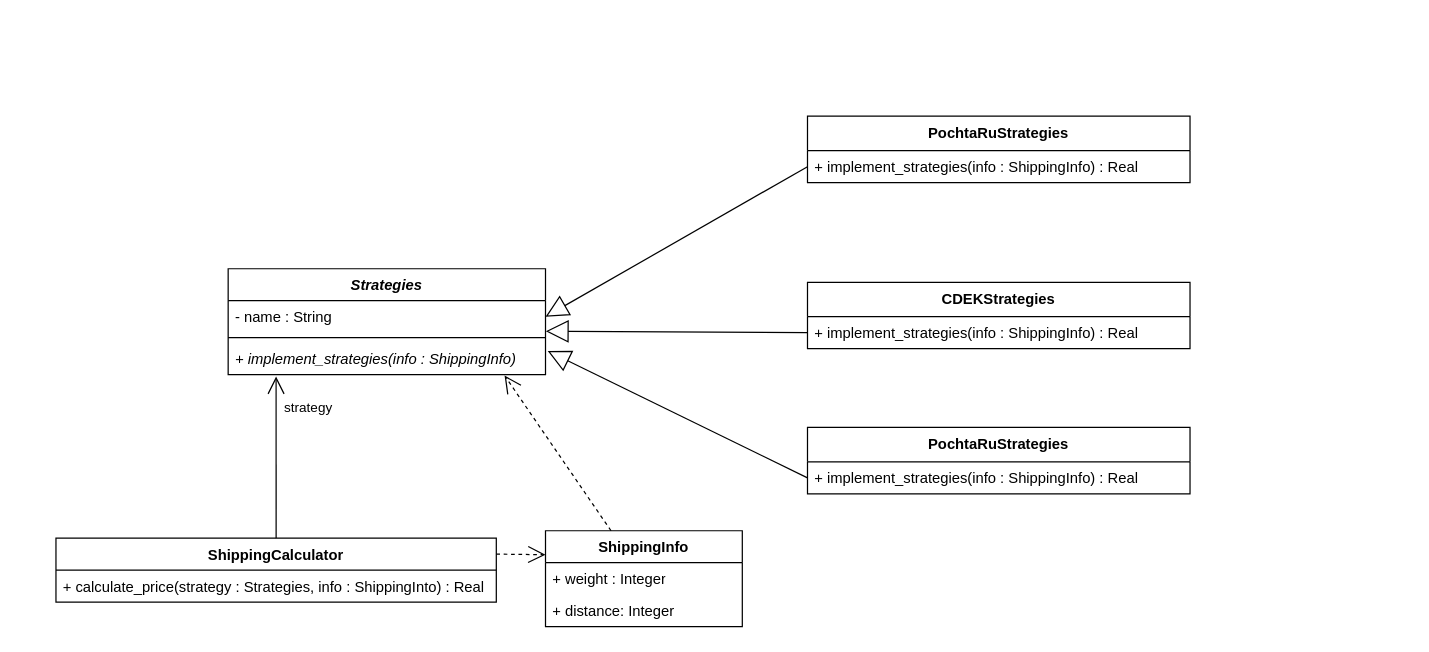
Above: page "Strategy" (1 of 2) of lab 3 - Strategy/shippro.drawio in solovozer/-2 (draw.io), before the change. Source tidied: cells renumbered, new cells numbered last; positions are measured from the earlier drawing's top-left corner, leaving out a move shared by most shapes. Both pictures are drawn from the tidied source at 123%, with x=0, y=0 at pixel (55, 116).
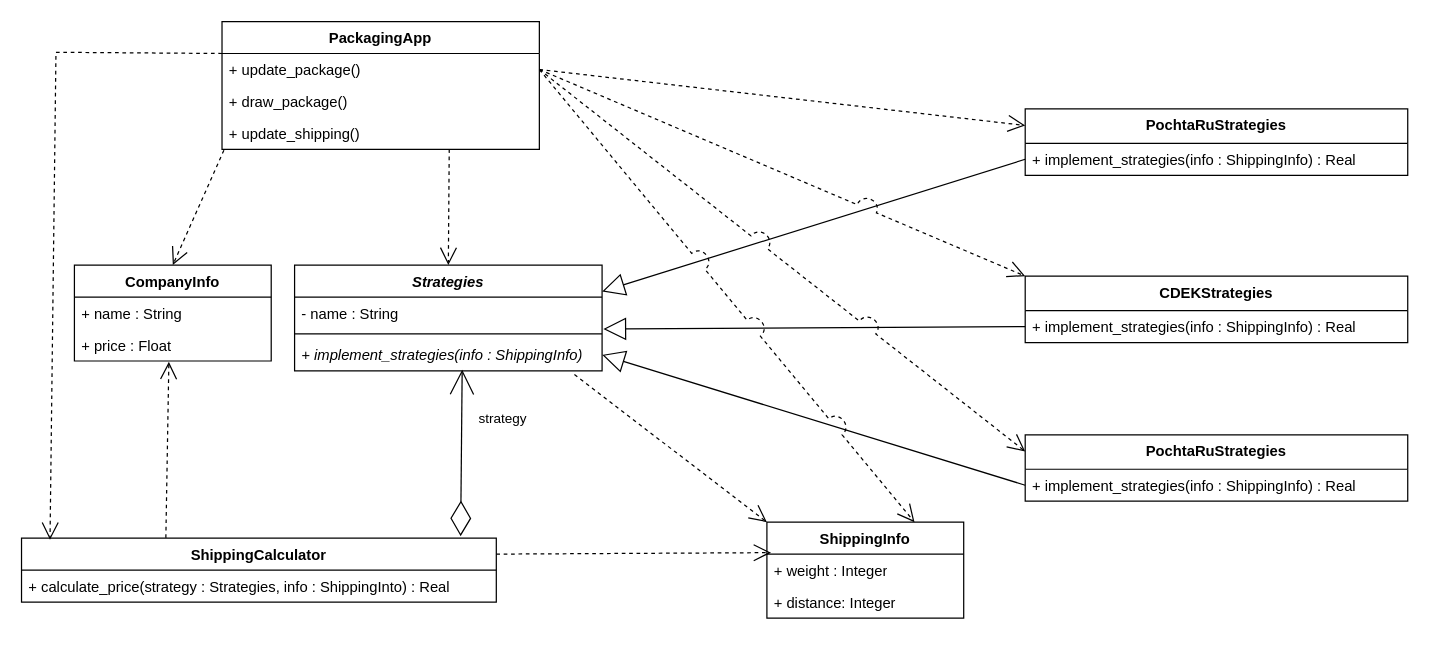
After the change.

The change refers to these unchanged cells:
```xml
<mxCell id="7" value="+ implement_strategies(info : ShippingInfo) : Real" style="text;strokeColor=none;fillColor=none;align=left;verticalAlign=top;spacingLeft=4;spacingRight=4;overflow=hidden;points=[[0,0.5],[1,0.5]];portConstraint=eastwest;whiteSpace=wrap;html=1;" parent="6" vertex="1">
  <mxGeometry y="28" width="311" height="26" as="geometry" />
</mxCell>
<mxCell id="9" value="+ weight : Integer" style="text;strokeColor=none;fillColor=none;align=left;verticalAlign=top;spacingLeft=4;spacingRight=4;overflow=hidden;points=[[0,0.5],[1,0.5]];portConstraint=eastwest;whiteSpace=wrap;html=1;" parent="8" vertex="1">
  <mxGeometry y="26" width="160" height="26" as="geometry" />
</mxCell>
<mxCell id="12" value="+ implement_strategies(info : ShippingInfo) : Real" style="text;strokeColor=none;fillColor=none;align=left;verticalAlign=top;spacingLeft=4;spacingRight=4;overflow=hidden;points=[[0,0.5],[1,0.5]];portConstraint=eastwest;whiteSpace=wrap;html=1;" parent="11" vertex="1">
  <mxGeometry y="28" width="311" height="26" as="geometry" />
</mxCell>
<mxCell id="14" value="+ implement_strategies(info : ShippingInfo) : Real" style="text;strokeColor=none;fillColor=none;align=left;verticalAlign=top;spacingLeft=4;spacingRight=4;overflow=hidden;points=[[0,0.5],[1,0.5]];portConstraint=eastwest;whiteSpace=wrap;html=1;" parent="13" vertex="1">
  <mxGeometry y="28" width="311" height="26" as="geometry" />
</mxCell>
```

What changed in the source:
```diff
@@
     <mxCell id="2" value="&lt;i&gt;Strategies&lt;/i&gt;" style="swimlane;fontStyle=1;align=center;verticalAlign=top;horizontal=1;startSize=26;whiteSpace=wrap;html=1;" parent="1" vertex="1">
-      <mxGeometry x="140" y="124" width="258" height="86" as="geometry" />
+      <mxGeometry x="194" y="121" width="250" height="86" as="geometry" />
     </mxCell>
     <mxCell id="3" value="- name : String" style="text;strokeColor=none;fillColor=none;align=left;verticalAlign=top;spacingLeft=4;spacingRight=4;overflow=hidden;points=[[0,0.5],[1,0.5]];portConstraint=eastwest;whiteSpace=wrap;html=1;" parent="2" vertex="1">
-      <mxGeometry y="26" width="258" height="26" as="geometry" />
+      <mxGeometry y="26" width="250" height="26" as="geometry" />
     </mxCell>
     <mxCell id="4" style="line;strokeWidth=1;fillColor=none;align=left;verticalAlign=middle;spacingTop=-1;spacingLeft=3;spacingRight=3;labelPosition=right;strokeColor=inherit;" parent="2" vertex="1">
-      <mxGeometry y="52" width="258" height="8" as="geometry" />
+      <mxGeometry y="52" width="250" height="8" as="geometry" />
     </mxCell>
     <mxCell id="5" value="&lt;i&gt;+ implement_strategies(info : ShippingInfo)&lt;/i&gt;" style="text;strokeColor=none;fillColor=none;align=left;verticalAlign=top;spacingLeft=4;spacingRight=4;overflow=hidden;points=[[0,0.5],[1,0.5]];portConstraint=eastwest;whiteSpace=wrap;html=1;" parent="2" vertex="1">
-      <mxGeometry y="60" width="258" height="26" as="geometry" />
+      <mxGeometry y="60" width="250" height="26" as="geometry" />
     </mxCell>
     <mxCell id="6" value="PochtaRuStrategies" style="swimlane;fontStyle=1;align=center;verticalAlign=top;horizontal=1;startSize=28;whiteSpace=wrap;html=1;" parent="1" vertex="1">
-      <mxGeometry x="611" width="311" height="54" as="geometry" />
+      <mxGeometry x="788" y="-6" width="311" height="54" as="geometry" />
     </mxCell>
@@
     <mxCell id="8" value="ShippingInfo" style="swimlane;fontStyle=1;align=center;verticalAlign=top;horizontal=1;startSize=26;whiteSpace=wrap;html=1;" parent="1" vertex="1">
-      <mxGeometry x="398" y="337" width="160" height="78" as="geometry" />
+      <mxGeometry x="578" y="330" width="160" height="78" as="geometry" />
     </mxCell>
@@
     <mxCell id="11" value="PochtaRuStrategies" style="swimlane;fontStyle=1;align=center;verticalAlign=top;horizontal=1;startSize=28;whiteSpace=wrap;html=1;" parent="1" vertex="1">
-      <mxGeometry x="611" y="253" width="311" height="54" as="geometry" />
+      <mxGeometry x="788" y="259" width="311" height="54" as="geometry" />
     </mxCell>
@@
     <mxCell id="13" value="CDEKStrategies" style="swimlane;fontStyle=1;align=center;verticalAlign=top;horizontal=1;startSize=28;whiteSpace=wrap;html=1;" parent="1" vertex="1">
-      <mxGeometry x="611" y="135" width="311" height="54" as="geometry" />
+      <mxGeometry x="788" y="130" width="311" height="54" as="geometry" />
     </mxCell>
@@
-    <mxCell id="15" style="endArrow=block;endSize=16;endFill=0;html=1;rounded=0;exitX=0;exitY=0.5;exitDx=0;exitDy=0;entryX=1;entryY=0.5;entryDx=0;entryDy=0;" parent="1" edge="1" source="7" target="3">
+    <mxCell id="15" style="endArrow=block;endSize=16;endFill=0;html=1;rounded=0;exitX=0;exitY=0.5;exitDx=0;exitDy=0;entryX=1;entryY=0.25;entryDx=0;entryDy=0;" parent="1" edge="1" source="7" target="2">
       <mxGeometry relative="1" as="geometry" />
     </mxCell>
-    <mxCell id="16" style="endArrow=block;endSize=16;endFill=0;html=1;rounded=0;exitX=0;exitY=0.5;exitDx=0;exitDy=0;entryX=1.007;entryY=0.262;entryDx=0;entryDy=0;entryPerimeter=0;" parent="1" edge="1" source="12" target="5">
+    <mxCell id="16" style="endArrow=block;endSize=16;endFill=0;html=1;rounded=0;exitX=0;exitY=0.5;exitDx=0;exitDy=0;entryX=1;entryY=0.5;entryDx=0;entryDy=0;" parent="1" edge="1" source="12" target="5">
       <mxGeometry relative="1" as="geometry" />
     </mxCell>
-    <mxCell id="17" style="endArrow=block;endSize=16;endFill=0;html=1;rounded=0;exitX=0;exitY=0.5;exitDx=0;exitDy=0;entryX=1.001;entryY=0.954;entryDx=0;entryDy=0;entryPerimeter=0;" parent="1" edge="1" source="14" target="3">
-      <mxGeometry relative="1" as="geometry" />
+    <mxCell id="17" style="endArrow=block;endSize=16;endFill=0;html=1;rounded=0;exitX=0;exitY=0.5;exitDx=0;exitDy=0;" parent="1" edge="1" source="14">
+      <mxGeometry relative="1" as="geometry">
+        <mxPoint x="445" y="173" as="targetPoint" />
+      </mxGeometry>
     </mxCell>
     <mxCell id="18" value="ShippingCalculator" style="swimlane;fontStyle=1;align=center;verticalAlign=top;horizontal=1;startSize=26;whiteSpace=wrap;html=1;" parent="1" vertex="1">
-      <mxGeometry y="343" width="358" height="52" as="geometry" />
+      <mxGeometry x="-28" y="343" width="386" height="52" as="geometry" />
     </mxCell>
     <mxCell id="19" value="+ calculate_price(strategy : Strategies, info : ShippingInto) : Real" style="text;strokeColor=none;fillColor=none;align=left;verticalAlign=top;spacingLeft=4;spacingRight=4;overflow=hidden;whiteSpace=wrap;html=1;" parent="18" vertex="1">
-      <mxGeometry y="26" width="358" height="26" as="geometry" />
+      <mxGeometry y="26" width="386" height="26" as="geometry" />
     </mxCell>
-    <mxCell id="20" value="strategy" style="endArrow=open;endSize=12;html=1;rounded=0;exitX=0.5;exitY=0;exitDx=0;exitDy=0;entryX=0.151;entryY=1.062;entryDx=0;entryDy=0;entryPerimeter=0;" parent="1" edge="1" source="18" target="5">
-      <mxGeometry x="0.62" y="-26" relative="1" as="geometry" />
+    <mxCell id="20" value="strategy" style="endArrow=open;endSize=18;html=1;rounded=0;exitX=0.5;exitY=0;exitDx=0;exitDy=0;entryX=0.545;entryY=0.962;entryDx=0;entryDy=0;entryPerimeter=0;startArrow=diamondThin;startFill=0;startSize=26;sourcePerimeterSpacing=0;" parent="1" edge="1" target="5">
+      <mxGeometry x="0.42" y="-33" relative="1" as="geometry">
+        <mxPoint x="329" y="341.4" as="sourcePoint" />
+      </mxGeometry>
     </mxCell>
-    <mxCell id="21" style="endArrow=open;endSize=12;html=1;rounded=0;exitX=1;exitY=0.25;exitDx=0;exitDy=0;entryX=0;entryY=0.25;entryDx=0;entryDy=0;dashed=1;" parent="1" edge="1" source="18" target="8">
+    <mxCell id="21" style="endArrow=open;endSize=12;html=1;rounded=0;exitX=1;exitY=0.25;exitDx=0;exitDy=0;entryX=0.021;entryY=-0.046;entryDx=0;entryDy=0;dashed=1;entryPerimeter=0;" parent="1" edge="1" source="18" target="9">
       <mxGeometry x="0.61" y="-26" relative="1" as="geometry" />
     </mxCell>
-    <mxCell id="22" style="endArrow=open;endSize=12;html=1;rounded=0;entryX=0.871;entryY=1.031;entryDx=0;entryDy=0;entryPerimeter=0;dashed=1;" parent="1" edge="1" source="8" target="5">
-      <mxGeometry x="0.62" y="-26" relative="1" as="geometry" />
-    </mxCell>
+    <mxCell id="23" style="endArrow=open;endSize=12;html=1;rounded=0;exitX=0.91;exitY=1.115;exitDx=0;exitDy=0;entryX=0;entryY=0;entryDx=0;entryDy=0;dashed=1;exitPerimeter=0;" parent="1" edge="1" source="5" target="8">
+      <mxGeometry x="0.61" y="-26" relative="1" as="geometry" />
+    </mxCell>
+    <mxCell id="24" value="PackagingApp" style="swimlane;fontStyle=1;align=center;verticalAlign=top;horizontal=1;startSize=26;whiteSpace=wrap;html=1;" parent="1" vertex="1">
+      <mxGeometry x="135" y="-77" width="258" height="104" as="geometry" />
+    </mxCell>
+    <mxCell id="25" value="+ update_package()&amp;nbsp;" style="text;strokeColor=none;fillColor=none;align=left;verticalAlign=top;spacingLeft=4;spacingRight=4;overflow=hidden;points=[[0,0.5],[1,0.5]];portConstraint=eastwest;whiteSpace=wrap;html=1;" parent="24" vertex="1">
+      <mxGeometry y="26" width="258" height="26" as="geometry" />
+    </mxCell>
+    <mxCell id="26" value="+ draw_package()" style="text;strokeColor=none;fillColor=none;align=left;verticalAlign=top;spacingLeft=4;spacingRight=4;overflow=hidden;whiteSpace=wrap;html=1;" parent="24" vertex="1">
+      <mxGeometry y="52" width="258" height="26" as="geometry" />
+    </mxCell>
+    <mxCell id="27" value="+ update_shipping()" style="text;strokeColor=none;fillColor=none;align=left;verticalAlign=top;spacingLeft=4;spacingRight=4;overflow=hidden;points=[[0,0.5],[1,0.5]];portConstraint=eastwest;whiteSpace=wrap;html=1;" parent="24" vertex="1">
+      <mxGeometry y="78" width="258" height="26" as="geometry" />
+    </mxCell>
+    <mxCell id="28" style="endArrow=open;endSize=12;html=1;rounded=0;exitX=1;exitY=0.5;exitDx=0;exitDy=0;entryX=0;entryY=0;entryDx=0;entryDy=0;dashed=1;jumpStyle=arc;jumpSize=17;" parent="1" edge="1" source="25" target="13">
+      <mxGeometry x="0.61" y="-26" relative="1" as="geometry" />
+    </mxCell>
+    <mxCell id="29" style="endArrow=open;endSize=12;html=1;rounded=0;exitX=1;exitY=0.5;exitDx=0;exitDy=0;entryX=0;entryY=0.25;entryDx=0;entryDy=0;dashed=1;jumpStyle=arc;jumpSize=17;" parent="1" edge="1" source="25" target="6">
+      <mxGeometry x="0.61" y="-26" relative="1" as="geometry" />
+    </mxCell>
+    <mxCell id="30" style="endArrow=open;endSize=12;html=1;rounded=0;exitX=0;exitY=0.25;exitDx=0;exitDy=0;dashed=1;entryX=0.06;entryY=0.027;entryDx=0;entryDy=0;entryPerimeter=0;" parent="1" edge="1" source="24" target="18">
+      <mxGeometry x="0.61" y="-26" relative="1" as="geometry">
+        <Array as="points">
+          <mxPoint y="-52" />
+        </Array>
+      </mxGeometry>
+    </mxCell>
+    <mxCell id="31" style="endArrow=open;endSize=12;html=1;rounded=0;exitX=1;exitY=0.5;exitDx=0;exitDy=0;entryX=0;entryY=0.25;entryDx=0;entryDy=0;dashed=1;jumpStyle=arc;jumpSize=17;" parent="1" edge="1" source="25" target="11">
+      <mxGeometry x="0.61" y="-26" relative="1" as="geometry" />
+    </mxCell>
+    <mxCell id="32" style="endArrow=open;endSize=12;html=1;rounded=0;exitX=1;exitY=0.5;exitDx=0;exitDy=0;entryX=0.75;entryY=0;entryDx=0;entryDy=0;dashed=1;jumpStyle=arc;jumpSize=17;" parent="1" edge="1" source="25" target="8">
+      <mxGeometry x="0.61" y="-26" relative="1" as="geometry" />
+    </mxCell>
+    <mxCell id="33" value="CompanyInfo" style="swimlane;fontStyle=1;align=center;verticalAlign=top;horizontal=1;startSize=26;whiteSpace=wrap;html=1;" parent="1" vertex="1">
+      <mxGeometry x="15" y="121" width="160" height="78" as="geometry" />
+    </mxCell>
+    <mxCell id="34" value="+ name : String" style="text;strokeColor=none;fillColor=none;align=left;verticalAlign=top;spacingLeft=4;spacingRight=4;overflow=hidden;whiteSpace=wrap;html=1;" parent="33" vertex="1">
+      <mxGeometry y="26" width="160" height="26" as="geometry" />
+    </mxCell>
+    <mxCell id="35" value="+ price : Float" style="text;strokeColor=none;fillColor=none;align=left;verticalAlign=top;spacingLeft=4;spacingRight=4;overflow=hidden;points=[[0,0.5],[1,0.5]];portConstraint=eastwest;whiteSpace=wrap;html=1;" parent="33" vertex="1">
+      <mxGeometry y="52" width="160" height="26" as="geometry" />
+    </mxCell>
+    <mxCell id="36" style="endArrow=open;endSize=12;html=1;rounded=0;exitX=0.006;exitY=1.023;exitDx=0;exitDy=0;entryX=0.5;entryY=0;entryDx=0;entryDy=0;dashed=1;jumpStyle=arc;jumpSize=17;exitPerimeter=0;" parent="1" edge="1" source="27" target="33">
+      <mxGeometry x="0.61" y="-26" relative="1" as="geometry" />
+    </mxCell>
+    <mxCell id="37" style="endArrow=open;endSize=12;html=1;rounded=0;exitX=0.304;exitY=-0.004;exitDx=0;exitDy=0;entryX=0.48;entryY=1.023;entryDx=0;entryDy=0;dashed=1;jumpStyle=arc;jumpSize=17;entryPerimeter=0;exitPerimeter=0;" parent="1" edge="1" source="18" target="35">
+      <mxGeometry x="0.61" y="-26" relative="1" as="geometry" />
+    </mxCell>
+    <mxCell id="38" style="endArrow=open;endSize=12;html=1;rounded=0;exitX=0.716;exitY=0.992;exitDx=0;exitDy=0;entryX=0.5;entryY=0;entryDx=0;entryDy=0;dashed=1;jumpStyle=arc;jumpSize=17;exitPerimeter=0;" parent="1" edge="1" source="27" target="2">
+      <mxGeometry x="0.61" y="-26" relative="1" as="geometry" />
+    </mxCell>
```
